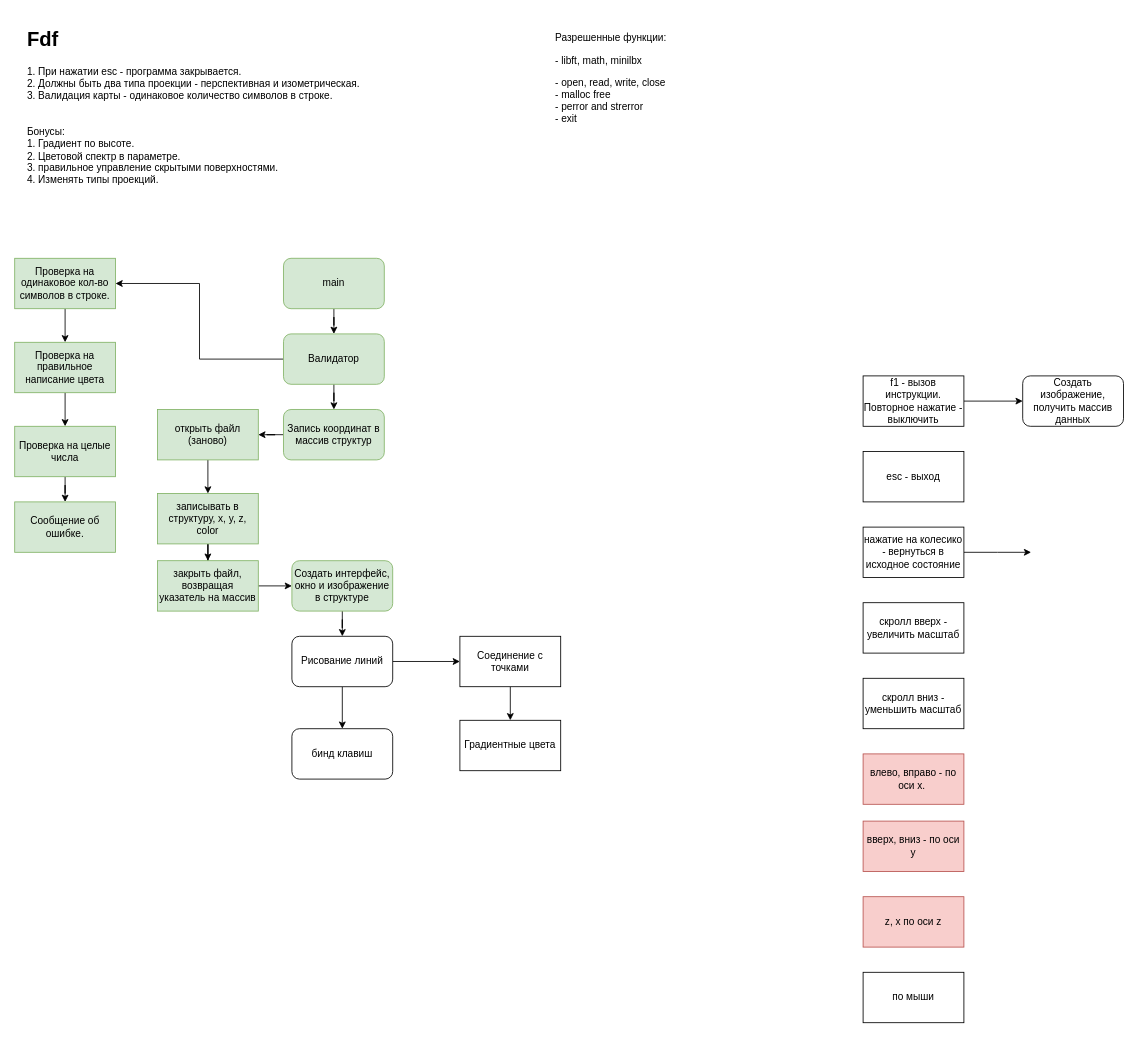
Earlier version of the draw.io diagram map.drawio (Yaroslew/Fdf). Source tidied: cells renumbered, new cells numbered last; positions are measured from the earlier drawing's top-left corner, leaving out a move shared by most shapes. Both pictures are drawn from the tidied source at 84%, with x=0, y=0 at pixel (14, 14).
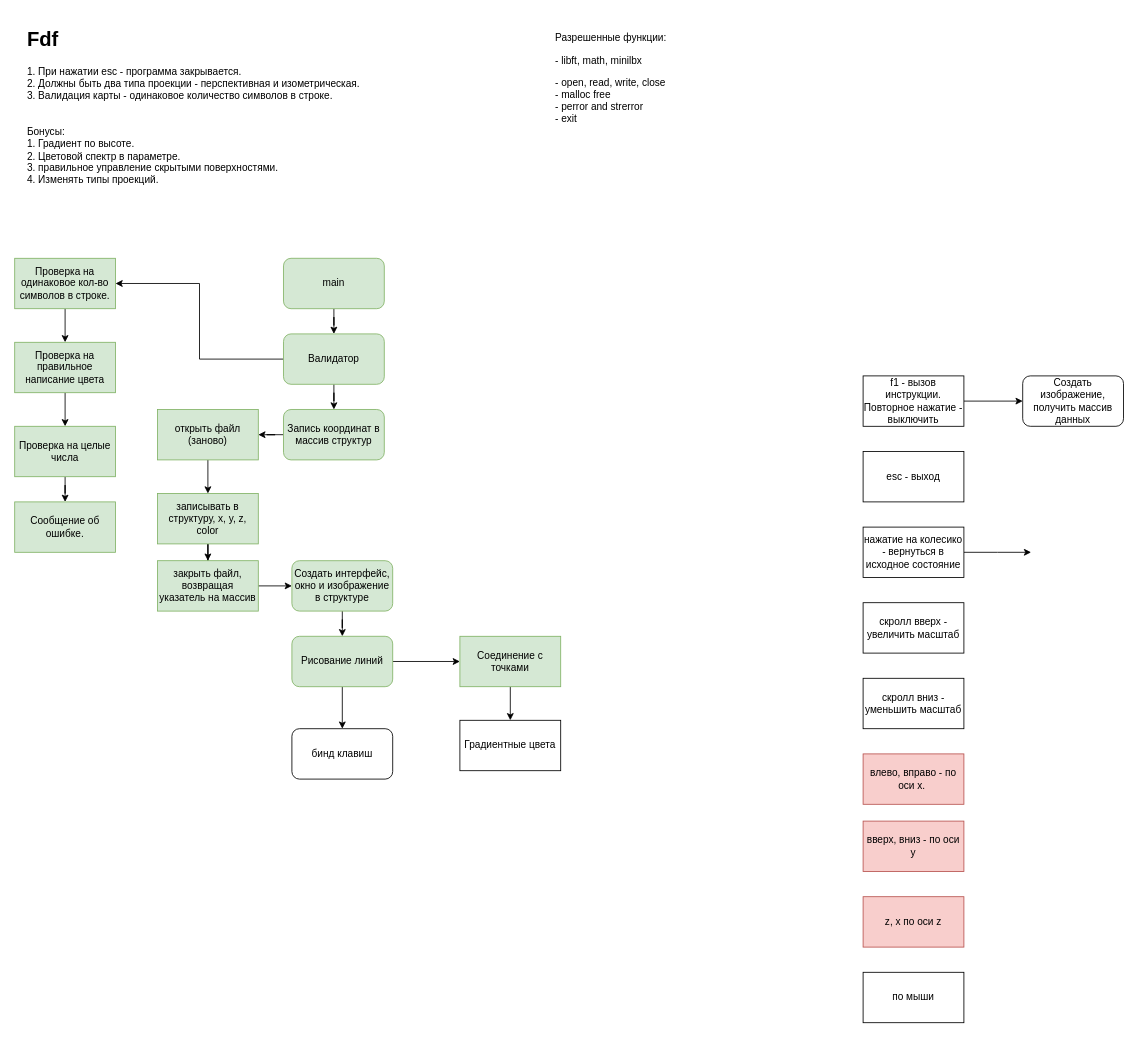
After the change.

What changed in the source:
```diff
@@
-    <mxCell id="41" value="Рисование линий" style="rounded=1;whiteSpace=wrap;html=1;" parent="1" vertex="1">
+    <mxCell id="41" value="Рисование линий" style="rounded=1;whiteSpace=wrap;html=1;fillColor=#d5e8d4;strokeColor=#82b366;" parent="1" vertex="1">
       <mxGeometry x="330" y="740" width="120" height="60" as="geometry" />
     </mxCell>
@@
-    <mxCell id="43" value="Соединение с точками" style="rounded=0;whiteSpace=wrap;html=1;" parent="1" vertex="1">
+    <mxCell id="43" value="Соединение с точками" style="rounded=0;whiteSpace=wrap;html=1;fillColor=#d5e8d4;strokeColor=#82b366;" parent="1" vertex="1">
       <mxGeometry x="530" y="740" width="120" height="60" as="geometry" />
     </mxCell>
```
